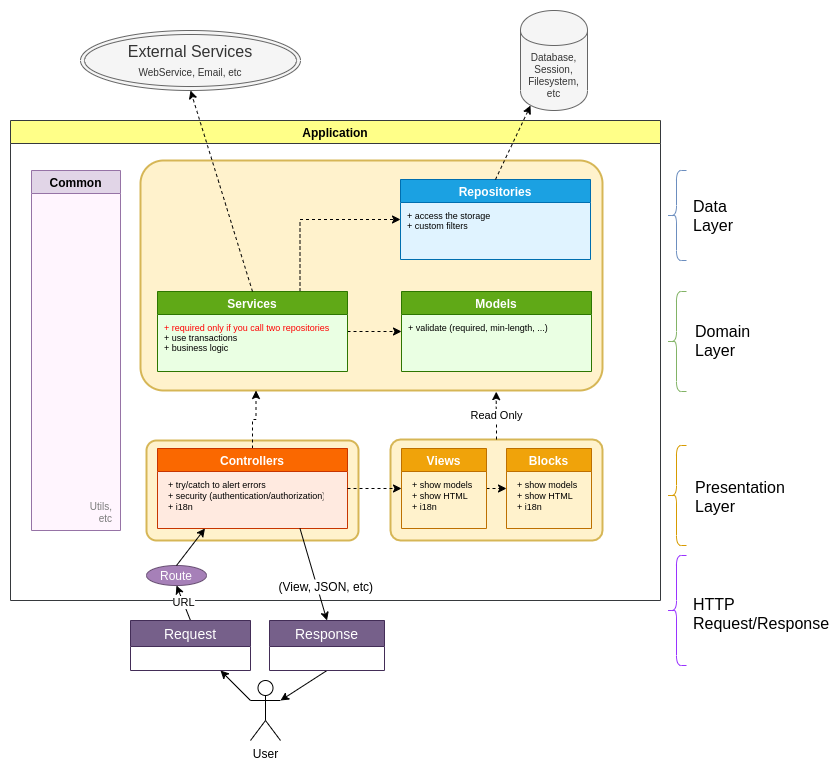
The draw.io diagram docs/architecture/layers.png in winframework/winphp, before a commit. Source tidied: cells renumbered, new cells last; positions are measured from the earlier drawing's top-left corner, leaving out a move shared by most shapes.
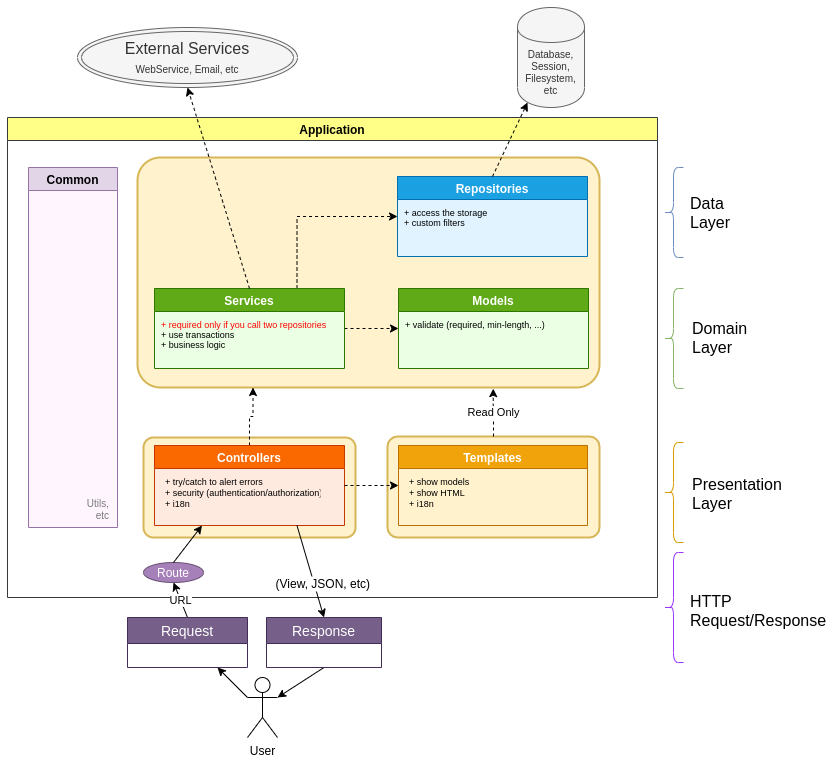
The same file after the commit.

What changed in the source:
```diff
@@ -74,17 +74,8 @@
     <mxCell id="23" style="rounded=1;arcSize=10;strokeColor=#d6b656;fillColor=#fff2cc;strokeWidth=2;align=center;verticalAlign=bottom;fontColor=#B07D4D;fontSize=9;spacingRight=5;" parent="4" vertex="1">
       <mxGeometry x="380" y="319" width="212" height="101" as="geometry" />
     </mxCell>
-    <mxCell id="24" value="Blocks" style="swimlane;startSize=23;fillColor=#f0a30a;strokeColor=#BD7000;fontColor=#ffffff;" parent="4" vertex="1">
-      <mxGeometry x="496" y="328" width="85" height="80" as="geometry" />
-    </mxCell>
-    <mxCell id="25" value="+ show models&#10;+ show HTML&#10;+ i18n" style="text;strokeColor=none;fillColor=none;align=left;verticalAlign=top;spacingLeft=4;spacingRight=4;overflow=hidden;fontSize=9;labelBorderColor=none;labelBackgroundColor=none;fontColor=#000000;" parent="24" vertex="1">
-      <mxGeometry x="5" y="25" width="77" height="46" as="geometry" />
-    </mxCell>
-    <mxCell id="26" style="edgeStyle=orthogonalEdgeStyle;rounded=0;jettySize=auto;html=1;exitX=1;exitY=0.5;exitDx=0;exitDy=0;entryX=0;entryY=0.5;entryDx=0;entryDy=0;dashed=1;startArrow=none;startFill=0;fontSize=9;fontColor=#B07D4D;" parent="4" edge="1" source="27" target="24">
-      <mxGeometry relative="1" as="geometry" />
-    </mxCell>
-    <mxCell id="27" value="Views" style="swimlane;startSize=23;fillColor=#f0a30a;strokeColor=#BD7000;fontColor=#ffffff;" parent="4" vertex="1">
-      <mxGeometry x="391" y="328" width="85" height="80" as="geometry" />
+    <mxCell id="27" value="Templates" style="swimlane;startSize=23;fillColor=#f0a30a;strokeColor=#BD7000;fontColor=#ffffff;" parent="4" vertex="1">
+      <mxGeometry x="391" y="328" width="189" height="80" as="geometry" />
     </mxCell>
     <mxCell id="28" value="+ show models&#10;+ show HTML&#10;+ i18n" style="text;strokeColor=none;fillColor=none;align=left;verticalAlign=top;spacingLeft=4;spacingRight=4;overflow=hidden;fontSize=9;" parent="27" vertex="1">
       <mxGeometry x="5" y="25" width="75" height="55" as="geometry" />
```
